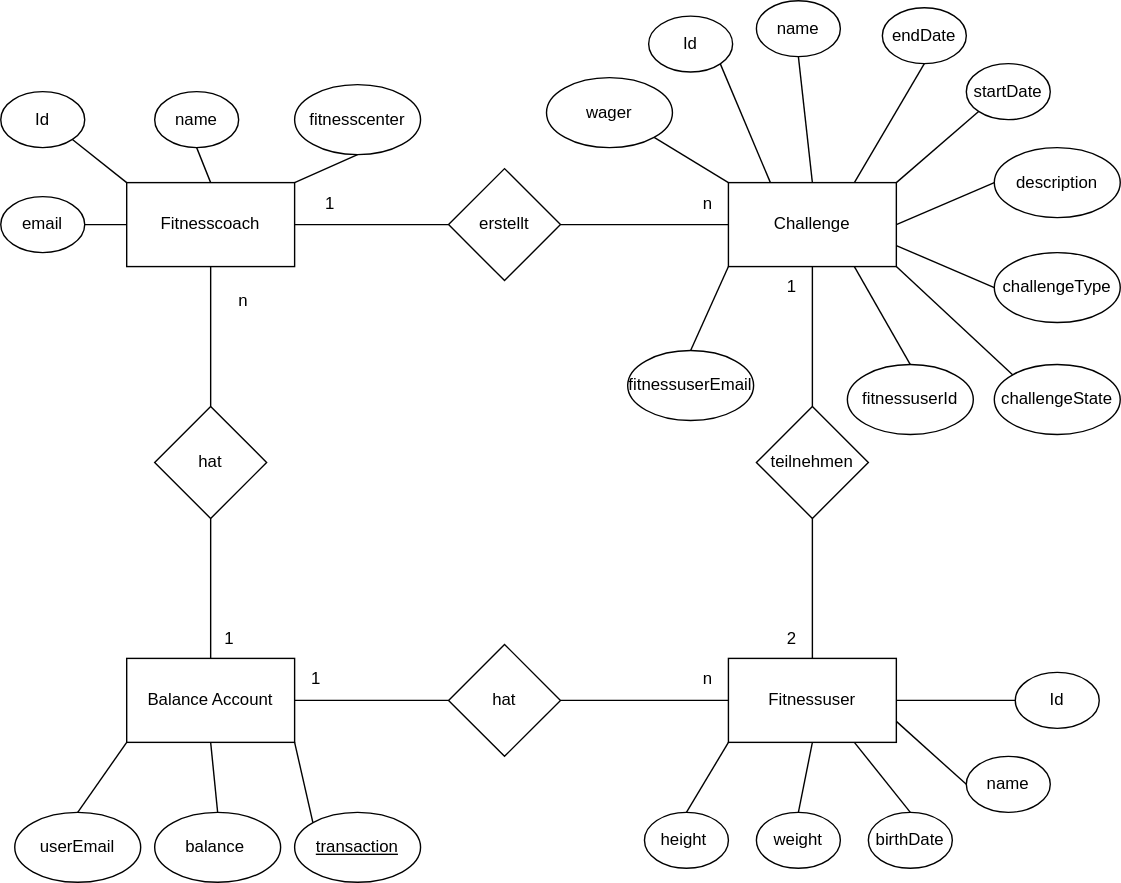
minelosm/youvsyou keeps this draw.io diagram as doc/figures/er_model.drawio.svg. Above is the earlier version. Source tidied: cells renumbered, new cells last; positions are measured from the earlier drawing's top-left corner, leaving out a move shared by most shapes. The source it was exported from:
```xml
<mxGraphModel>
  <root>
    <mxCell id="0" />
    <mxCell id="1" parent="0" />
    <mxCell id="2" value="Fitnesscoach" style="rounded=0;whiteSpace=wrap;html=1;" parent="1" vertex="1">
      <mxGeometry x="90" y="130" width="120" height="60" as="geometry" />
    </mxCell>
    <mxCell id="3" value="Id" style="ellipse;whiteSpace=wrap;html=1;" parent="1" vertex="1">
      <mxGeometry y="65" width="60" height="40" as="geometry" />
    </mxCell>
    <mxCell id="4" value="name" style="ellipse;whiteSpace=wrap;html=1;" parent="1" vertex="1">
      <mxGeometry x="110" y="65" width="60" height="40" as="geometry" />
    </mxCell>
    <mxCell id="5" value="fitnesscenter" style="ellipse;whiteSpace=wrap;html=1;" parent="1" vertex="1">
      <mxGeometry x="210" y="60" width="90" height="50" as="geometry" />
    </mxCell>
    <mxCell id="6" value="email" style="ellipse;whiteSpace=wrap;html=1;" parent="1" vertex="1">
      <mxGeometry y="140" width="60" height="40" as="geometry" />
    </mxCell>
    <mxCell id="7" value="erstellt" style="rhombus;whiteSpace=wrap;html=1;" parent="1" vertex="1">
      <mxGeometry x="320" y="120" width="80" height="80" as="geometry" />
    </mxCell>
    <mxCell id="8" value="Challenge" style="rounded=0;whiteSpace=wrap;html=1;" parent="1" vertex="1">
      <mxGeometry x="520" y="130" width="120" height="60" as="geometry" />
    </mxCell>
    <mxCell id="9" value="Fitnessuser" style="rounded=0;whiteSpace=wrap;html=1;" parent="1" vertex="1">
      <mxGeometry x="520" y="470" width="120" height="60" as="geometry" />
    </mxCell>
    <mxCell id="10" value="hat" style="rhombus;whiteSpace=wrap;html=1;" parent="1" vertex="1">
      <mxGeometry x="320" y="460" width="80" height="80" as="geometry" />
    </mxCell>
    <mxCell id="11" value="Id" style="ellipse;whiteSpace=wrap;html=1;" parent="1" vertex="1">
      <mxGeometry x="463" y="11" width="60" height="40" as="geometry" />
    </mxCell>
    <mxCell id="12" value="name" style="ellipse;whiteSpace=wrap;html=1;" parent="1" vertex="1">
      <mxGeometry x="540" width="60" height="40" as="geometry" />
    </mxCell>
    <mxCell id="13" value="description" style="ellipse;whiteSpace=wrap;html=1;" parent="1" vertex="1">
      <mxGeometry x="710" y="105" width="90" height="50" as="geometry" />
    </mxCell>
    <mxCell id="14" value="wager" style="ellipse;whiteSpace=wrap;html=1;" parent="1" vertex="1">
      <mxGeometry x="390" y="55" width="90" height="50" as="geometry" />
    </mxCell>
    <mxCell id="15" value="startDate" style="ellipse;whiteSpace=wrap;html=1;" parent="1" vertex="1">
      <mxGeometry x="690" y="45" width="60" height="40" as="geometry" />
    </mxCell>
    <mxCell id="16" value="endDate" style="ellipse;whiteSpace=wrap;html=1;" parent="1" vertex="1">
      <mxGeometry x="630" y="5" width="60" height="40" as="geometry" />
    </mxCell>
    <mxCell id="17" value="Balance Account" style="rounded=0;whiteSpace=wrap;html=1;" parent="1" vertex="1">
      <mxGeometry x="90" y="470" width="120" height="60" as="geometry" />
    </mxCell>
    <mxCell id="18" style="endArrow=none;html=1;exitX=1;exitY=0;exitDx=0;exitDy=0;entryX=0.5;entryY=1;entryDx=0;entryDy=0;" parent="1" edge="1" source="2" target="5">
      <mxGeometry relative="1" as="geometry" />
    </mxCell>
    <mxCell id="19" style="endArrow=none;html=1;exitX=0.5;exitY=0;exitDx=0;exitDy=0;entryX=0.5;entryY=1;entryDx=0;entryDy=0;" parent="1" edge="1" source="2" target="4">
      <mxGeometry relative="1" as="geometry" />
    </mxCell>
    <mxCell id="20" style="endArrow=none;html=1;exitX=0;exitY=0;exitDx=0;exitDy=0;entryX=1;entryY=1;entryDx=0;entryDy=0;" parent="1" edge="1" source="2" target="3">
      <mxGeometry relative="1" as="geometry" />
    </mxCell>
    <mxCell id="21" style="endArrow=none;html=1;exitX=0;exitY=0.5;exitDx=0;exitDy=0;entryX=1;entryY=0.5;entryDx=0;entryDy=0;" parent="1" edge="1" source="2" target="6">
      <mxGeometry relative="1" as="geometry" />
    </mxCell>
    <mxCell id="22" value="teilnehmen" style="rhombus;whiteSpace=wrap;html=1;" parent="1" vertex="1">
      <mxGeometry x="540" y="290" width="80" height="80" as="geometry" />
    </mxCell>
    <mxCell id="23" value="hat" style="rhombus;whiteSpace=wrap;html=1;" parent="1" vertex="1">
      <mxGeometry x="110" y="290" width="80" height="80" as="geometry" />
    </mxCell>
    <mxCell id="24" value="challengeType" style="ellipse;whiteSpace=wrap;html=1;" parent="1" vertex="1">
      <mxGeometry x="710" y="180" width="90" height="50" as="geometry" />
    </mxCell>
    <mxCell id="25" value="challengeState" style="ellipse;whiteSpace=wrap;html=1;" parent="1" vertex="1">
      <mxGeometry x="710" y="260" width="90" height="50" as="geometry" />
    </mxCell>
    <mxCell id="26" value="fitnessuserEmail" style="ellipse;whiteSpace=wrap;html=1;" parent="1" vertex="1">
      <mxGeometry x="448" y="250" width="90" height="50" as="geometry" />
    </mxCell>
    <mxCell id="27" value="fitnessuserId" style="ellipse;whiteSpace=wrap;html=1;" parent="1" vertex="1">
      <mxGeometry x="605" y="260" width="90" height="50" as="geometry" />
    </mxCell>
    <mxCell id="28" value="Id" style="ellipse;whiteSpace=wrap;html=1;" parent="1" vertex="1">
      <mxGeometry x="725" y="480" width="60" height="40" as="geometry" />
    </mxCell>
    <mxCell id="29" value="name" style="ellipse;whiteSpace=wrap;html=1;" parent="1" vertex="1">
      <mxGeometry x="690" y="540" width="60" height="40" as="geometry" />
    </mxCell>
    <mxCell id="30" value="birthDate" style="ellipse;whiteSpace=wrap;html=1;" parent="1" vertex="1">
      <mxGeometry x="620" y="580" width="60" height="40" as="geometry" />
    </mxCell>
    <mxCell id="31" value="height&lt;span style=&quot;color: rgba(0, 0, 0, 0); font-family: monospace; font-size: 0px; text-align: start;&quot;&gt;%3CmxGraphModel%3E%3Croot%3E%3CmxCell%20id%3D%220%22%2F%3E%3CmxCell%20id%3D%221%22%20parent%3D%220%22%2F%3E%3CmxCell%20id%3D%222%22%20value%3D%22name%22%20style%3D%22ellipse%3BwhiteSpace%3Dwrap%3Bhtml%3D1%3B%22%20vertex%3D%221%22%20parent%3D%221%22%3E%3CmxGeometry%20x%3D%22675%22%20y%3D%22590%22%20width%3D%2260%22%20height%3D%2240%22%20as%3D%22geometry%22%2F%3E%3C%2FmxCell%3E%3C%2Froot%3E%3C%2FmxGraphModel%3E&lt;/span&gt;" style="ellipse;whiteSpace=wrap;html=1;" parent="1" vertex="1">
      <mxGeometry x="460" y="580" width="60" height="40" as="geometry" />
    </mxCell>
    <mxCell id="32" value="weight" style="ellipse;whiteSpace=wrap;html=1;" parent="1" vertex="1">
      <mxGeometry x="540" y="580" width="60" height="40" as="geometry" />
    </mxCell>
    <mxCell id="33" value="userEmail" style="ellipse;whiteSpace=wrap;html=1;" parent="1" vertex="1">
      <mxGeometry x="10" y="580" width="90" height="50" as="geometry" />
    </mxCell>
    <mxCell id="34" value="balance&lt;span style=&quot;color: rgba(0, 0, 0, 0); font-family: monospace; font-size: 0px; text-align: start;&quot;&gt;%3CmxGraphModel%3E%3Croot%3E%3CmxCell%20id%3D%220%22%2F%3E%3CmxCell%20id%3D%221%22%20parent%3D%220%22%2F%3E%3CmxCell%20id%3D%222%22%20value%3D%22userEmail%22%20style%3D%22ellipse%3BwhiteSpace%3Dwrap%3Bhtml%3D1%3B%22%20vertex%3D%221%22%20parent%3D%221%22%3E%3CmxGeometry%20x%3D%2220%22%20y%3D%22620%22%20width%3D%2290%22%20height%3D%2250%22%20as%3D%22geometry%22%2F%3E%3C%2FmxCell%3E%3C%2Froot%3E%3C%2FmxGraphModel%3E&lt;/span&gt;" style="ellipse;whiteSpace=wrap;html=1;" parent="1" vertex="1">
      <mxGeometry x="110" y="580" width="90" height="50" as="geometry" />
    </mxCell>
    <mxCell id="35" value="&lt;u&gt;transaction&lt;/u&gt;" style="ellipse;whiteSpace=wrap;html=1;" parent="1" vertex="1">
      <mxGeometry x="210" y="580" width="90" height="50" as="geometry" />
    </mxCell>
    <mxCell id="36" style="endArrow=none;html=1;exitX=1;exitY=1;exitDx=0;exitDy=0;entryX=0;entryY=0;entryDx=0;entryDy=0;" parent="1" edge="1" source="17" target="35">
      <mxGeometry relative="1" as="geometry" />
    </mxCell>
    <mxCell id="37" style="endArrow=none;html=1;exitX=0.5;exitY=1;exitDx=0;exitDy=0;entryX=0.5;entryY=0;entryDx=0;entryDy=0;" parent="1" edge="1" source="17" target="34">
      <mxGeometry relative="1" as="geometry" />
    </mxCell>
    <mxCell id="38" style="endArrow=none;html=1;exitX=0;exitY=1;exitDx=0;exitDy=0;entryX=0.5;entryY=0;entryDx=0;entryDy=0;" parent="1" edge="1" source="17" target="33">
      <mxGeometry relative="1" as="geometry" />
    </mxCell>
    <mxCell id="39" style="endArrow=none;html=1;exitX=0.5;exitY=0;exitDx=0;exitDy=0;entryX=0;entryY=1;entryDx=0;entryDy=0;" parent="1" edge="1" source="31" target="9">
      <mxGeometry relative="1" as="geometry" />
    </mxCell>
    <mxCell id="40" style="endArrow=none;html=1;exitX=0.5;exitY=0;exitDx=0;exitDy=0;entryX=0.5;entryY=1;entryDx=0;entryDy=0;" parent="1" edge="1" source="32" target="9">
      <mxGeometry relative="1" as="geometry" />
    </mxCell>
    <mxCell id="41" style="endArrow=none;html=1;exitX=0.5;exitY=0;exitDx=0;exitDy=0;entryX=0.75;entryY=1;entryDx=0;entryDy=0;" parent="1" edge="1" source="30" target="9">
      <mxGeometry relative="1" as="geometry" />
    </mxCell>
    <mxCell id="42" style="endArrow=none;html=1;exitX=0;exitY=0.5;exitDx=0;exitDy=0;entryX=1;entryY=0.75;entryDx=0;entryDy=0;" parent="1" edge="1" source="29" target="9">
      <mxGeometry relative="1" as="geometry" />
    </mxCell>
    <mxCell id="43" style="endArrow=none;html=1;exitX=0;exitY=0.5;exitDx=0;exitDy=0;entryX=1;entryY=0.5;entryDx=0;entryDy=0;" parent="1" edge="1" source="28" target="9">
      <mxGeometry relative="1" as="geometry" />
    </mxCell>
    <mxCell id="44" style="endArrow=none;html=1;exitX=1;exitY=0.5;exitDx=0;exitDy=0;entryX=0;entryY=0.5;entryDx=0;entryDy=0;" parent="1" edge="1" source="17" target="10">
      <mxGeometry relative="1" as="geometry" />
    </mxCell>
    <mxCell id="45" style="endArrow=none;html=1;exitX=1;exitY=0.5;exitDx=0;exitDy=0;entryX=0;entryY=0.5;entryDx=0;entryDy=0;" parent="1" edge="1" source="10" target="9">
      <mxGeometry relative="1" as="geometry" />
    </mxCell>
    <mxCell id="46" style="endArrow=none;html=1;exitX=0.5;exitY=1;exitDx=0;exitDy=0;entryX=0.5;entryY=0;entryDx=0;entryDy=0;" parent="1" edge="1" source="22" target="9">
      <mxGeometry relative="1" as="geometry" />
    </mxCell>
    <mxCell id="47" style="endArrow=none;html=1;entryX=0.5;entryY=1;entryDx=0;entryDy=0;exitX=0.5;exitY=0;exitDx=0;exitDy=0;" parent="1" edge="1" source="22" target="8">
      <mxGeometry relative="1" as="geometry" />
    </mxCell>
    <mxCell id="48" style="endArrow=none;html=1;exitX=0.5;exitY=1;exitDx=0;exitDy=0;entryX=0.5;entryY=0;entryDx=0;entryDy=0;" parent="1" edge="1" source="23" target="17">
      <mxGeometry relative="1" as="geometry" />
    </mxCell>
    <mxCell id="49" style="endArrow=none;html=1;entryX=0.5;entryY=1;entryDx=0;entryDy=0;exitX=0.5;exitY=0;exitDx=0;exitDy=0;" parent="1" edge="1" source="23" target="2">
      <mxGeometry relative="1" as="geometry" />
    </mxCell>
    <mxCell id="50" style="endArrow=none;html=1;exitX=1;exitY=0.5;exitDx=0;exitDy=0;entryX=0;entryY=0.5;entryDx=0;entryDy=0;" parent="1" edge="1" source="2" target="7">
      <mxGeometry relative="1" as="geometry" />
    </mxCell>
    <mxCell id="51" style="endArrow=none;html=1;entryX=0;entryY=0.5;entryDx=0;entryDy=0;exitX=1;exitY=0.5;exitDx=0;exitDy=0;" parent="1" edge="1" source="7" target="8">
      <mxGeometry relative="1" as="geometry" />
    </mxCell>
    <mxCell id="52" style="endArrow=none;html=1;entryX=0;entryY=1;entryDx=0;entryDy=0;exitX=0.5;exitY=0;exitDx=0;exitDy=0;" parent="1" edge="1" source="26" target="8">
      <mxGeometry relative="1" as="geometry" />
    </mxCell>
    <mxCell id="53" style="endArrow=none;html=1;entryX=0.75;entryY=1;entryDx=0;entryDy=0;exitX=0.5;exitY=0;exitDx=0;exitDy=0;" parent="1" edge="1" source="27" target="8">
      <mxGeometry relative="1" as="geometry" />
    </mxCell>
    <mxCell id="54" style="endArrow=none;html=1;exitX=0;exitY=0;exitDx=0;exitDy=0;entryX=1;entryY=1;entryDx=0;entryDy=0;" parent="1" edge="1" source="8" target="14">
      <mxGeometry relative="1" as="geometry" />
    </mxCell>
    <mxCell id="55" style="endArrow=none;html=1;exitX=0.25;exitY=0;exitDx=0;exitDy=0;entryX=1;entryY=1;entryDx=0;entryDy=0;" parent="1" edge="1" source="8" target="11">
      <mxGeometry relative="1" as="geometry" />
    </mxCell>
    <mxCell id="56" style="endArrow=none;html=1;exitX=0.5;exitY=0;exitDx=0;exitDy=0;entryX=0.5;entryY=1;entryDx=0;entryDy=0;" parent="1" edge="1" source="8" target="12">
      <mxGeometry relative="1" as="geometry" />
    </mxCell>
    <mxCell id="57" style="endArrow=none;html=1;exitX=0.75;exitY=0;exitDx=0;exitDy=0;entryX=0.5;entryY=1;entryDx=0;entryDy=0;" parent="1" edge="1" source="8" target="16">
      <mxGeometry relative="1" as="geometry" />
    </mxCell>
    <mxCell id="58" style="endArrow=none;html=1;exitX=0;exitY=1;exitDx=0;exitDy=0;entryX=1;entryY=0;entryDx=0;entryDy=0;" parent="1" edge="1" source="15" target="8">
      <mxGeometry relative="1" as="geometry" />
    </mxCell>
    <mxCell id="59" style="endArrow=none;html=1;exitX=1;exitY=0.5;exitDx=0;exitDy=0;entryX=0;entryY=0.5;entryDx=0;entryDy=0;" parent="1" edge="1" source="8" target="13">
      <mxGeometry relative="1" as="geometry" />
    </mxCell>
    <mxCell id="60" style="endArrow=none;html=1;exitX=1;exitY=0.75;exitDx=0;exitDy=0;entryX=0;entryY=0.5;entryDx=0;entryDy=0;" parent="1" edge="1" source="8" target="24">
      <mxGeometry relative="1" as="geometry" />
    </mxCell>
    <mxCell id="61" style="endArrow=none;html=1;exitX=1;exitY=1;exitDx=0;exitDy=0;entryX=0;entryY=0;entryDx=0;entryDy=0;" parent="1" edge="1" source="8" target="25">
      <mxGeometry relative="1" as="geometry" />
    </mxCell>
    <mxCell id="62" value="1" style="text;html=1;align=center;verticalAlign=middle;strokeColor=none;fillColor=none;" parent="1" vertex="1">
      <mxGeometry x="148" y="441" width="30" height="30" as="geometry" />
    </mxCell>
    <mxCell id="63" value="n" style="text;html=1;align=center;verticalAlign=middle;strokeColor=none;fillColor=none;" parent="1" vertex="1">
      <mxGeometry x="158" y="200" width="30" height="30" as="geometry" />
    </mxCell>
    <mxCell id="64" value="1" style="text;html=1;align=center;verticalAlign=middle;strokeColor=none;fillColor=none;" parent="1" vertex="1">
      <mxGeometry x="220" y="130" width="30" height="30" as="geometry" />
    </mxCell>
    <mxCell id="65" value="n" style="text;html=1;align=center;verticalAlign=middle;strokeColor=none;fillColor=none;" parent="1" vertex="1">
      <mxGeometry x="490" y="130" width="30" height="30" as="geometry" />
    </mxCell>
    <mxCell id="66" value="1" style="text;html=1;align=center;verticalAlign=middle;strokeColor=none;fillColor=none;" parent="1" vertex="1">
      <mxGeometry x="550" y="190" width="30" height="30" as="geometry" />
    </mxCell>
    <mxCell id="67" value="2" style="text;html=1;align=center;verticalAlign=middle;strokeColor=none;fillColor=none;" parent="1" vertex="1">
      <mxGeometry x="550" y="441" width="30" height="30" as="geometry" />
    </mxCell>
    <mxCell id="68" value="1" style="text;html=1;align=center;verticalAlign=middle;strokeColor=none;fillColor=none;" parent="1" vertex="1">
      <mxGeometry x="210" y="470" width="30" height="30" as="geometry" />
    </mxCell>
    <mxCell id="69" value="n" style="text;html=1;align=center;verticalAlign=middle;strokeColor=none;fillColor=none;" parent="1" vertex="1">
      <mxGeometry x="490" y="470" width="30" height="30" as="geometry" />
    </mxCell>
  </root>
</mxGraphModel>
```
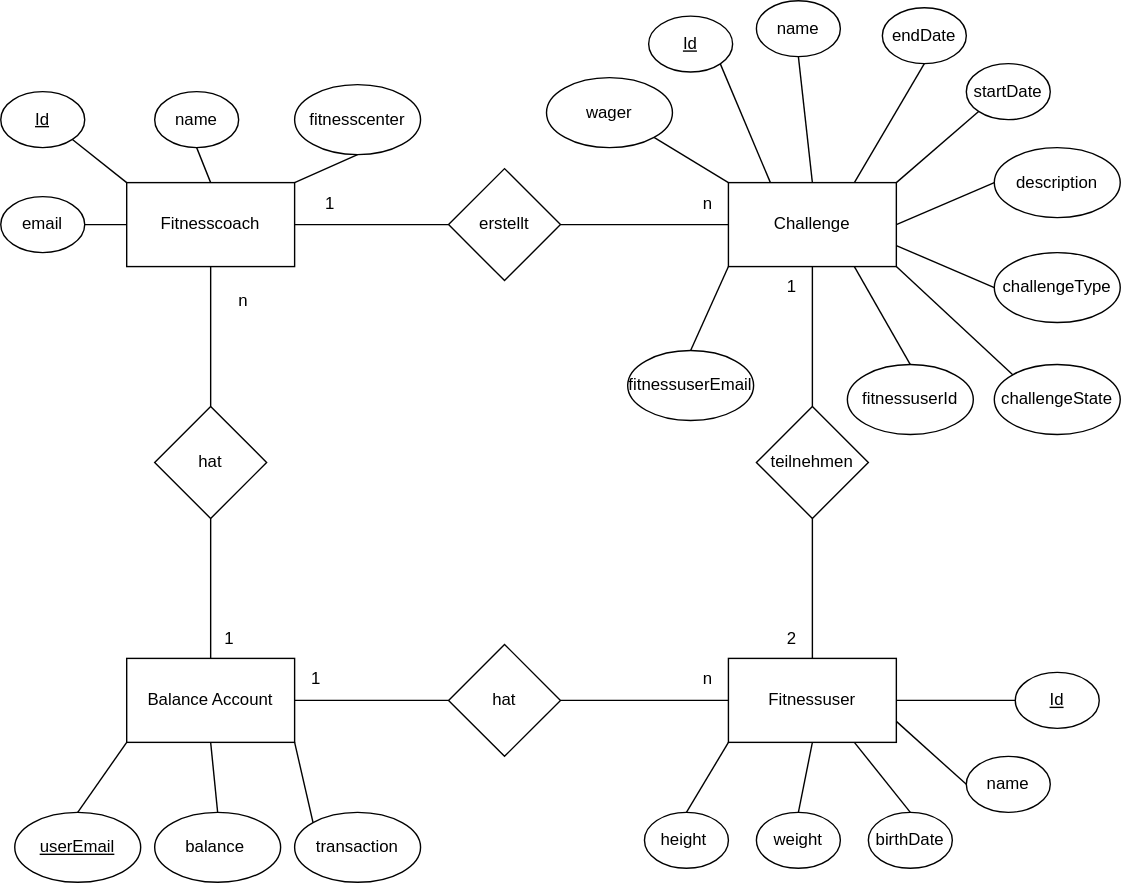
After the commit.

Diff of the diagram source:
```diff
@@ -5,7 +5,7 @@
     <mxCell id="2" value="Fitnesscoach" style="rounded=0;whiteSpace=wrap;html=1;" parent="1" vertex="1">
       <mxGeometry x="90" y="130" width="120" height="60" as="geometry" />
     </mxCell>
-    <mxCell id="3" value="Id" style="ellipse;whiteSpace=wrap;html=1;" parent="1" vertex="1">
+    <mxCell id="3" value="&lt;u&gt;Id&lt;/u&gt;" style="ellipse;whiteSpace=wrap;html=1;" parent="1" vertex="1">
       <mxGeometry y="65" width="60" height="40" as="geometry" />
     </mxCell>
     <mxCell id="4" value="name" style="ellipse;whiteSpace=wrap;html=1;" parent="1" vertex="1">
@@ -29,7 +29,7 @@
     <mxCell id="10" value="hat" style="rhombus;whiteSpace=wrap;html=1;" parent="1" vertex="1">
       <mxGeometry x="320" y="460" width="80" height="80" as="geometry" />
     </mxCell>
-    <mxCell id="11" value="Id" style="ellipse;whiteSpace=wrap;html=1;" parent="1" vertex="1">
+    <mxCell id="11" value="&lt;u&gt;Id&lt;/u&gt;" style="ellipse;whiteSpace=wrap;html=1;" parent="1" vertex="1">
       <mxGeometry x="463" y="11" width="60" height="40" as="geometry" />
     </mxCell>
     <mxCell id="12" value="name" style="ellipse;whiteSpace=wrap;html=1;" parent="1" vertex="1">
@@ -80,7 +80,7 @@
     <mxCell id="27" value="fitnessuserId" style="ellipse;whiteSpace=wrap;html=1;" parent="1" vertex="1">
       <mxGeometry x="605" y="260" width="90" height="50" as="geometry" />
     </mxCell>
-    <mxCell id="28" value="Id" style="ellipse;whiteSpace=wrap;html=1;" parent="1" vertex="1">
+    <mxCell id="28" value="&lt;u&gt;Id&lt;/u&gt;" style="ellipse;whiteSpace=wrap;html=1;" parent="1" vertex="1">
       <mxGeometry x="725" y="480" width="60" height="40" as="geometry" />
     </mxCell>
     <mxCell id="29" value="name" style="ellipse;whiteSpace=wrap;html=1;" parent="1" vertex="1">
@@ -95,13 +95,13 @@
     <mxCell id="32" value="weight" style="ellipse;whiteSpace=wrap;html=1;" parent="1" vertex="1">
       <mxGeometry x="540" y="580" width="60" height="40" as="geometry" />
     </mxCell>
-    <mxCell id="33" value="userEmail" style="ellipse;whiteSpace=wrap;html=1;" parent="1" vertex="1">
+    <mxCell id="33" value="&lt;u&gt;userEmail&lt;/u&gt;" style="ellipse;whiteSpace=wrap;html=1;" parent="1" vertex="1">
       <mxGeometry x="10" y="580" width="90" height="50" as="geometry" />
     </mxCell>
     <mxCell id="34" value="balance&lt;span style=&quot;color: rgba(0, 0, 0, 0); font-family: monospace; font-size: 0px; text-align: start;&quot;&gt;%3CmxGraphModel%3E%3Croot%3E%3CmxCell%20id%3D%220%22%2F%3E%3CmxCell%20id%3D%221%22%20parent%3D%220%22%2F%3E%3CmxCell%20id%3D%222%22%20value%3D%22userEmail%22%20style%3D%22ellipse%3BwhiteSpace%3Dwrap%3Bhtml%3D1%3B%22%20vertex%3D%221%22%20parent%3D%221%22%3E%3CmxGeometry%20x%3D%2220%22%20y%3D%22620%22%20width%3D%2290%22%20height%3D%2250%22%20as%3D%22geometry%22%2F%3E%3C%2FmxCell%3E%3C%2Froot%3E%3C%2FmxGraphModel%3E&lt;/span&gt;" style="ellipse;whiteSpace=wrap;html=1;" parent="1" vertex="1">
       <mxGeometry x="110" y="580" width="90" height="50" as="geometry" />
     </mxCell>
-    <mxCell id="35" value="&lt;u&gt;transaction&lt;/u&gt;" style="ellipse;whiteSpace=wrap;html=1;" parent="1" vertex="1">
+    <mxCell id="35" value="transaction" style="ellipse;whiteSpace=wrap;html=1;" parent="1" vertex="1">
       <mxGeometry x="210" y="580" width="90" height="50" as="geometry" />
     </mxCell>
     <mxCell id="36" style="endArrow=none;html=1;exitX=1;exitY=1;exitDx=0;exitDy=0;entryX=0;entryY=0;entryDx=0;entryDy=0;" parent="1" edge="1" source="17" target="35">
```
